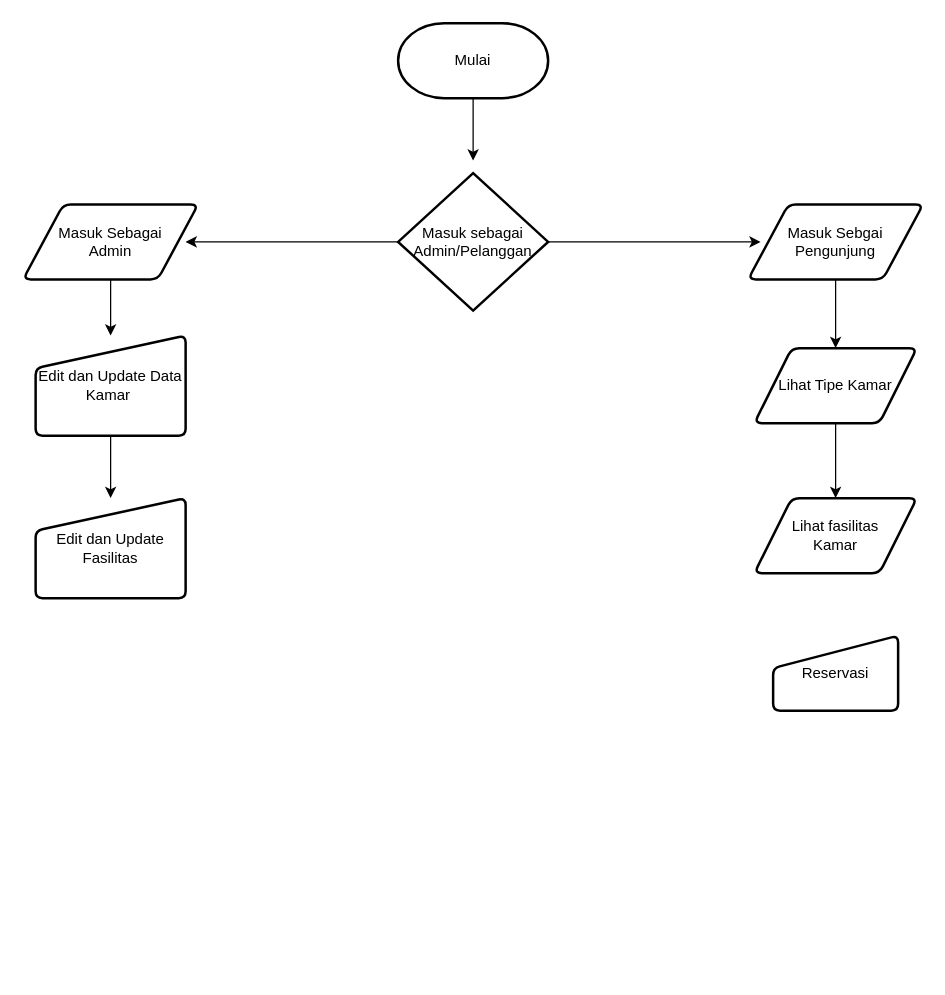
muhammdrifq/TUGAS-Kelompok-hotel keeps this draw.io diagram as Flowchart.drawio. Above is the earlier version. Source tidied: cells renumbered, new cells numbered last; positions are measured from the earlier drawing's top-left corner, leaving out a move shared by most shapes. Both pictures are drawn from the tidied source at 125%, with x=0, y=0 at pixel (22, 22).
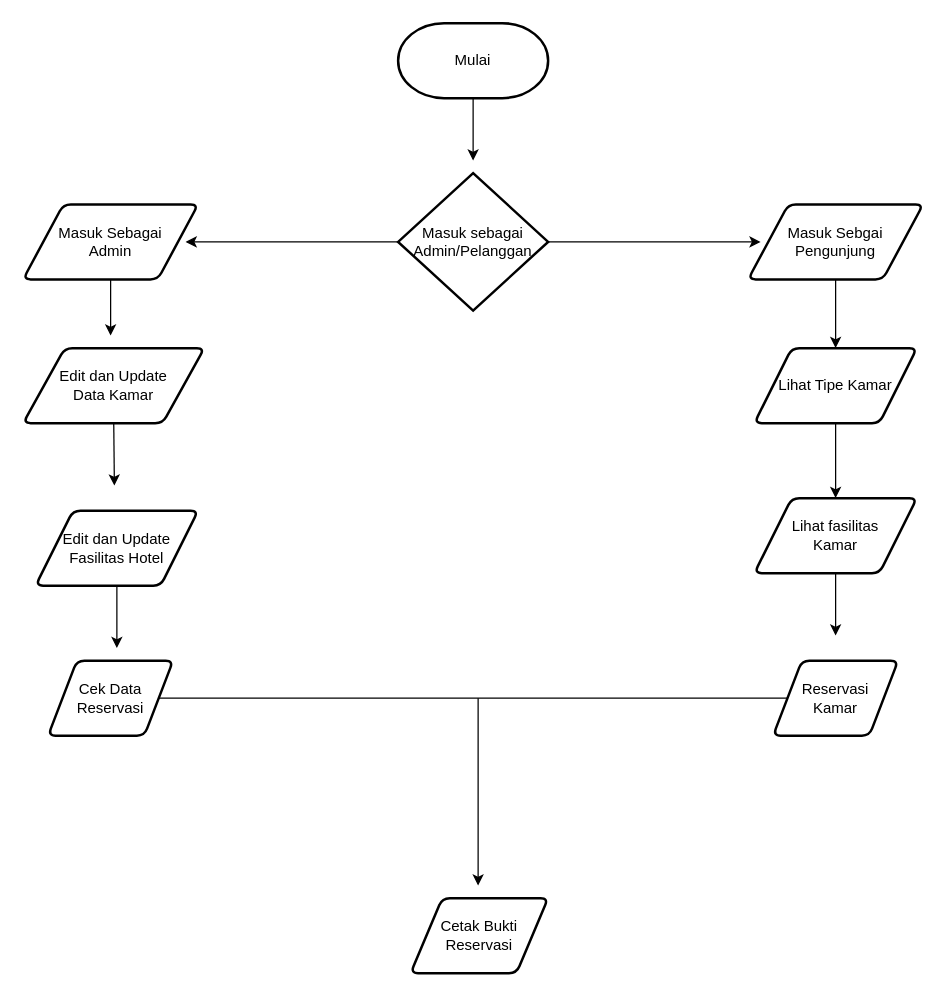
The same page after the edit.

Unchanged cells that the change refers to:
```xml
<mxCell id="4" value="Masuk Sebagai &lt;br&gt;Admin" style="shape=parallelogram;html=1;strokeWidth=2;perimeter=parallelogramPerimeter;whiteSpace=wrap;rounded=1;arcSize=12;size=0.23;" parent="1" vertex="1">
  <mxGeometry y="145" width="140" height="60" as="geometry" />
</mxCell>
<mxCell id="14" value="Lihat fasilitas &lt;br&gt;Kamar" style="shape=parallelogram;html=1;strokeWidth=2;perimeter=parallelogramPerimeter;whiteSpace=wrap;rounded=1;arcSize=12;size=0.23;" parent="1" vertex="1">
  <mxGeometry x="585" y="380" width="130" height="60" as="geometry" />
</mxCell>
```

What changed in the source:
```diff
@@
-    <mxCell id="9" value="Edit dan Update Data Kamar&amp;nbsp;" style="html=1;strokeWidth=2;shape=manualInput;whiteSpace=wrap;rounded=1;size=26;arcSize=11;" parent="1" vertex="1">
-      <mxGeometry x="10" y="250" width="120" height="80" as="geometry" />
-    </mxCell>
-    <mxCell id="10" value="Edit dan Update Fasilitas" style="html=1;strokeWidth=2;shape=manualInput;whiteSpace=wrap;rounded=1;size=26;arcSize=11;" parent="1" vertex="1">
-      <mxGeometry x="10" y="380" width="120" height="80" as="geometry" />
-    </mxCell>
-    <mxCell id="11" style="endArrow=classic;html=1;rounded=0;exitX=0.5;exitY=1;exitDx=0;exitDy=0;entryX=0.5;entryY=0;entryDx=0;entryDy=0;" parent="1" edge="1" source="4" target="9">
-      <mxGeometry relative="1" as="geometry" />
+    <mxCell id="11" style="endArrow=classic;html=1;rounded=0;exitX=0.5;exitY=1;exitDx=0;exitDy=0;entryX=0.5;entryY=0;entryDx=0;entryDy=0;" parent="1" edge="1" source="4">
+      <mxGeometry relative="1" as="geometry">
+        <mxPoint x="70" y="250" as="targetPoint" />
+      </mxGeometry>
     </mxCell>
-    <mxCell id="12" style="endArrow=classic;html=1;rounded=0;exitX=0.5;exitY=1;exitDx=0;exitDy=0;entryX=0.5;entryY=0;entryDx=0;entryDy=0;" parent="1" edge="1" source="9" target="10">
-      <mxGeometry relative="1" as="geometry" />
-    </mxCell>
@@
-    <mxCell id="17" value="Reservasi" style="html=1;strokeWidth=2;shape=manualInput;whiteSpace=wrap;rounded=1;size=26;arcSize=11;" parent="1" vertex="1">
-      <mxGeometry x="600" y="490" width="100" height="60" as="geometry" />
-    </mxCell>
+    <mxCell id="18" style="endArrow=classic;html=1;rounded=0;entryX=0.5;entryY=0;entryDx=0;entryDy=0;exitX=0.5;exitY=1;exitDx=0;exitDy=0;" parent="1" edge="1" source="14">
+      <mxGeometry relative="1" as="geometry">
+        <mxPoint x="650" y="490" as="targetPoint" />
+      </mxGeometry>
+    </mxCell>
+    <mxCell id="19" value="Cetak Bukti Reservasi" style="shape=parallelogram;html=1;strokeWidth=2;perimeter=parallelogramPerimeter;whiteSpace=wrap;rounded=1;arcSize=12;size=0.23;" parent="1" vertex="1">
+      <mxGeometry x="310" y="700" width="110" height="60" as="geometry" />
+    </mxCell>
+    <mxCell id="20" value="Cek Data Reservasi" style="shape=parallelogram;html=1;strokeWidth=2;perimeter=parallelogramPerimeter;whiteSpace=wrap;rounded=1;arcSize=12;size=0.23;" parent="1" vertex="1">
+      <mxGeometry x="20" y="510" width="100" height="60" as="geometry" />
+    </mxCell>
+    <mxCell id="9" value="Edit dan Update&lt;br&gt;Data Kamar" style="shape=parallelogram;html=1;strokeWidth=2;perimeter=parallelogramPerimeter;whiteSpace=wrap;rounded=1;arcSize=12;size=0.23;" parent="1" vertex="1">
+      <mxGeometry y="260" width="145" height="60" as="geometry" />
+    </mxCell>
+    <mxCell id="21" style="endArrow=classic;html=1;rounded=0;exitX=0.5;exitY=1;exitDx=0;exitDy=0;" parent="1" edge="1" source="9">
+      <mxGeometry relative="1" as="geometry">
+        <mxPoint x="73" y="370" as="targetPoint" />
+      </mxGeometry>
+    </mxCell>
+    <mxCell id="22" value="Edit dan Update Fasilitas Hotel" style="shape=parallelogram;html=1;strokeWidth=2;perimeter=parallelogramPerimeter;whiteSpace=wrap;rounded=1;arcSize=12;size=0.23;" parent="1" vertex="1">
+      <mxGeometry x="10" y="390" width="130" height="60" as="geometry" />
+    </mxCell>
+    <mxCell id="23" style="endArrow=classic;html=1;rounded=0;exitX=0.5;exitY=1;exitDx=0;exitDy=0;" parent="1" edge="1" source="22">
+      <mxGeometry relative="1" as="geometry">
+        <mxPoint x="75" y="500" as="targetPoint" />
+      </mxGeometry>
+    </mxCell>
+    <mxCell id="24" value="Reservasi&lt;br&gt;Kamar" style="shape=parallelogram;html=1;strokeWidth=2;perimeter=parallelogramPerimeter;whiteSpace=wrap;rounded=1;arcSize=12;size=0.23;" parent="1" vertex="1">
+      <mxGeometry x="600" y="510" width="100" height="60" as="geometry" />
+    </mxCell>
+    <mxCell id="25" style="endArrow=none;html=1;rounded=0;entryX=0;entryY=0.5;entryDx=0;entryDy=0;exitX=1;exitY=0.5;exitDx=0;exitDy=0;" parent="1" edge="1" source="20" target="24">
+      <mxGeometry relative="1" as="geometry" />
+    </mxCell>
+    <mxCell id="26" style="endArrow=classic;html=1;rounded=0;" parent="1" edge="1">
+      <mxGeometry relative="1" as="geometry">
+        <mxPoint x="364" y="540" as="sourcePoint" />
+        <mxPoint x="364" y="690" as="targetPoint" />
+        <Array as="points">
+          <mxPoint x="364" y="620" />
+        </Array>
+      </mxGeometry>
+    </mxCell>
```
